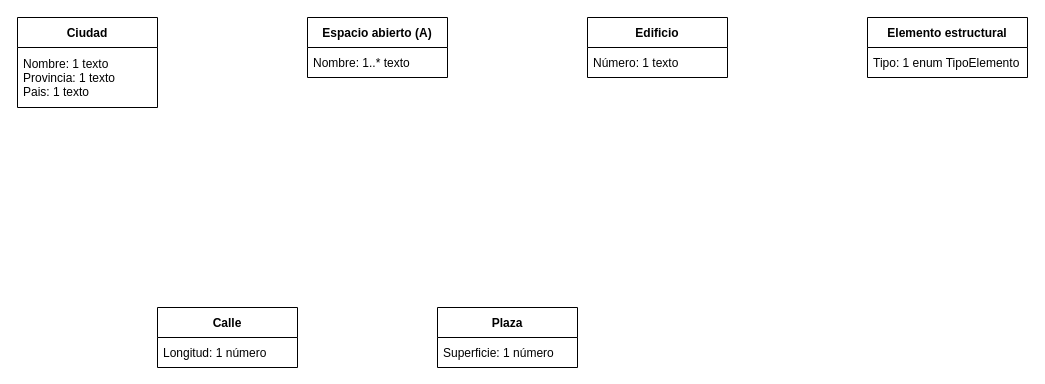
This is Ejercicio 22.drawio from ESTHERRODRIGUEZGARCIA/TrabajoGrupal1-EDA, a draw.io file, before an edit. Source tidied: cells renumbered, new cells numbered last; positions are measured from the earlier drawing's top-left corner, leaving out a move shared by most shapes. Both pictures are drawn from the tidied source at 100%, with x=0, y=0 at pixel (17, 17).
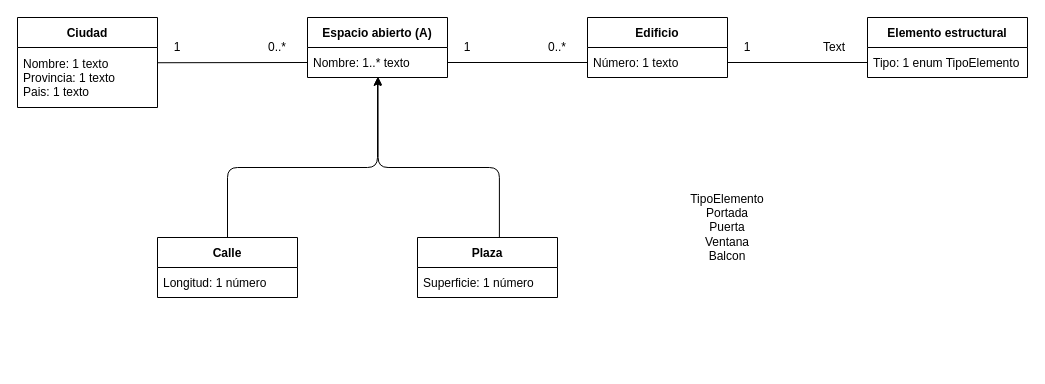
The same diagram, later.

The change refers to these unchanged cells:
```xml
<mxCell id="3" value="Nombre: 1 texto&#10;Provincia: 1 texto&#10;Pais: 1 texto" style="text;strokeColor=none;fillColor=none;align=left;verticalAlign=middle;spacingLeft=4;spacingRight=4;overflow=hidden;points=[[0,0.5],[1,0.5]];portConstraint=eastwest;" parent="2" vertex="1">
  <mxGeometry y="30" width="140" height="60" as="geometry" />
</mxCell>
<mxCell id="5" value="Nombre: 1..* texto" style="text;strokeColor=none;fillColor=none;align=left;verticalAlign=middle;spacingLeft=4;spacingRight=4;overflow=hidden;points=[[0,0.5],[1,0.5]];portConstraint=eastwest;" parent="4" vertex="1">
  <mxGeometry y="30" width="140" height="30" as="geometry" />
</mxCell>
<mxCell id="7" value="Número: 1 texto" style="text;strokeColor=none;fillColor=none;align=left;verticalAlign=middle;spacingLeft=4;spacingRight=4;overflow=hidden;points=[[0,0.5],[1,0.5]];portConstraint=eastwest;" parent="6" vertex="1">
  <mxGeometry y="30" width="140" height="30" as="geometry" />
</mxCell>
<mxCell id="9" value="Tipo: 1 enum TipoElemento" style="text;strokeColor=none;fillColor=none;align=left;verticalAlign=middle;spacingLeft=4;spacingRight=4;overflow=hidden;points=[[0,0.5],[1,0.5]];portConstraint=eastwest;" parent="8" vertex="1">
  <mxGeometry y="30" width="160" height="30" as="geometry" />
</mxCell>
```

Diff of the diagram source:
```diff
@@
     <mxCell id="10" value="Calle" style="swimlane;fontStyle=1;horizontal=1;startSize=30;" parent="1" vertex="1">
-      <mxGeometry x="140" y="290" width="140" height="60" as="geometry" />
+      <mxGeometry x="140" y="220" width="140" height="60" as="geometry" />
     </mxCell>
@@
     <mxCell id="12" value="Plaza" style="swimlane;fontStyle=1;horizontal=1;startSize=30;" parent="1" vertex="1">
-      <mxGeometry x="420" y="290" width="140" height="60" as="geometry" />
+      <mxGeometry x="400" y="220" width="140" height="60" as="geometry" />
     </mxCell>
@@
+    <mxCell id="14" value="TipoElemento&lt;br&gt;Portada&lt;br&gt;Puerta&lt;br&gt;Ventana&lt;br&gt;Balcon" style="text;html=1;strokeColor=none;fillColor=none;align=center;verticalAlign=middle;whiteSpace=wrap;rounded=0;" parent="1" vertex="1">
+      <mxGeometry x="680" y="190" width="60" height="40" as="geometry" />
+    </mxCell>
+    <mxCell id="15" style="endArrow=none;html=1;entryX=0;entryY=0.5;entryDx=0;entryDy=0;exitX=1.001;exitY=0.254;exitDx=0;exitDy=0;exitPerimeter=0;" parent="1" edge="1" source="3" target="5">
+      <mxGeometry relative="1" as="geometry" />
+    </mxCell>
+    <mxCell id="16" style="endArrow=none;html=1;exitX=1;exitY=0.5;exitDx=0;exitDy=0;entryX=0;entryY=0.5;entryDx=0;entryDy=0;" parent="1" edge="1" source="5" target="7">
+      <mxGeometry relative="1" as="geometry" />
+    </mxCell>
+    <mxCell id="17" style="endArrow=none;html=1;exitX=1;exitY=0.5;exitDx=0;exitDy=0;entryX=0;entryY=0.5;entryDx=0;entryDy=0;" parent="1" edge="1" source="7" target="9">
+      <mxGeometry relative="1" as="geometry" />
+    </mxCell>
+    <mxCell id="18" style="edgeStyle=segmentEdgeStyle;endArrow=classic;html=1;exitX=0.5;exitY=0;exitDx=0;exitDy=0;" parent="1" edge="1" source="10" target="5">
+      <mxGeometry relative="1" as="geometry">
+        <Array as="points">
+          <mxPoint x="210" y="150" />
+          <mxPoint x="360" y="150" />
+        </Array>
+      </mxGeometry>
+    </mxCell>
+    <mxCell id="19" style="edgeStyle=segmentEdgeStyle;endArrow=classic;html=1;entryX=0.504;entryY=0.975;entryDx=0;entryDy=0;entryPerimeter=0;exitX=0.585;exitY=-0.001;exitDx=0;exitDy=0;exitPerimeter=0;" parent="1" edge="1" source="12" target="5">
+      <mxGeometry relative="1" as="geometry">
+        <Array as="points">
+          <mxPoint x="482" y="150" />
+          <mxPoint x="361" y="150" />
+        </Array>
+      </mxGeometry>
+    </mxCell>
+    <mxCell id="20" value="1" style="text;html=1;strokeColor=none;fillColor=none;align=center;verticalAlign=middle;whiteSpace=wrap;rounded=0;" parent="1" vertex="1">
+      <mxGeometry x="130" y="15" width="60" height="30" as="geometry" />
+    </mxCell>
+    <mxCell id="21" value="0..*" style="text;html=1;strokeColor=none;fillColor=none;align=center;verticalAlign=middle;whiteSpace=wrap;rounded=0;" parent="1" vertex="1">
+      <mxGeometry x="230" y="15" width="60" height="30" as="geometry" />
+    </mxCell>
+    <mxCell id="22" value="1" style="text;html=1;strokeColor=none;fillColor=none;align=center;verticalAlign=middle;whiteSpace=wrap;rounded=0;" parent="1" vertex="1">
+      <mxGeometry x="420" y="15" width="60" height="30" as="geometry" />
+    </mxCell>
+    <mxCell id="23" value="0..*" style="text;html=1;strokeColor=none;fillColor=none;align=center;verticalAlign=middle;whiteSpace=wrap;rounded=0;" parent="1" vertex="1">
+      <mxGeometry x="510" y="15" width="60" height="30" as="geometry" />
+    </mxCell>
+    <mxCell id="24" value="1" style="text;html=1;strokeColor=none;fillColor=none;align=center;verticalAlign=middle;whiteSpace=wrap;rounded=0;" parent="1" vertex="1">
+      <mxGeometry x="700" y="15" width="60" height="30" as="geometry" />
+    </mxCell>
+    <mxCell id="25" value="Text" style="text;html=1;strokeColor=none;fillColor=none;align=center;verticalAlign=middle;whiteSpace=wrap;rounded=0;" parent="1" vertex="1">
+      <mxGeometry x="787" y="15" width="60" height="30" as="geometry" />
+    </mxCell>
```
